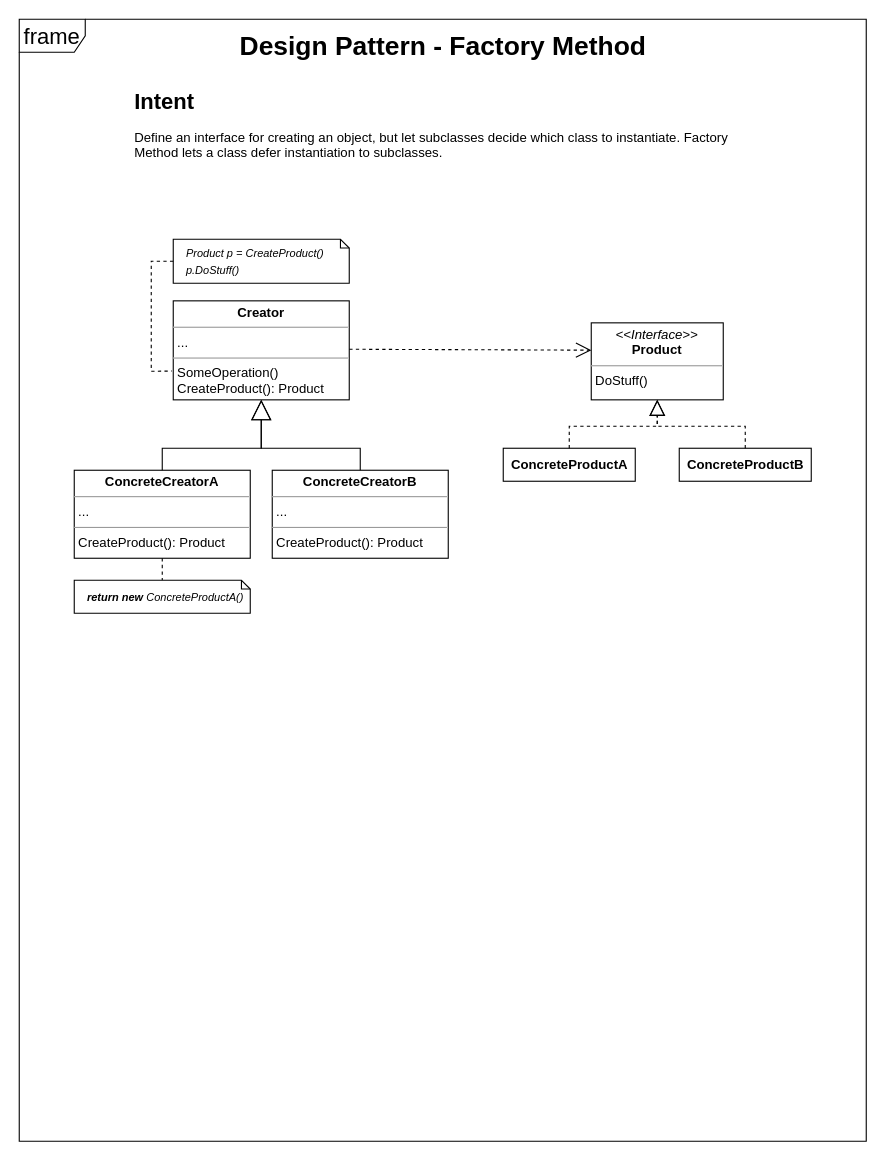
Earlier version of the draw.io diagram Creational/FactoryMethod/Diagram/Factory Method.drawio (DanielTerrazasD/DesignPatterns). Source tidied: cells renumbered, new cells numbered last; positions are measured from the earlier drawing's top-left corner, leaving out a move shared by most shapes. Both pictures are drawn from the tidied source at 110%, with x=0, y=0 at pixel (19, 19).
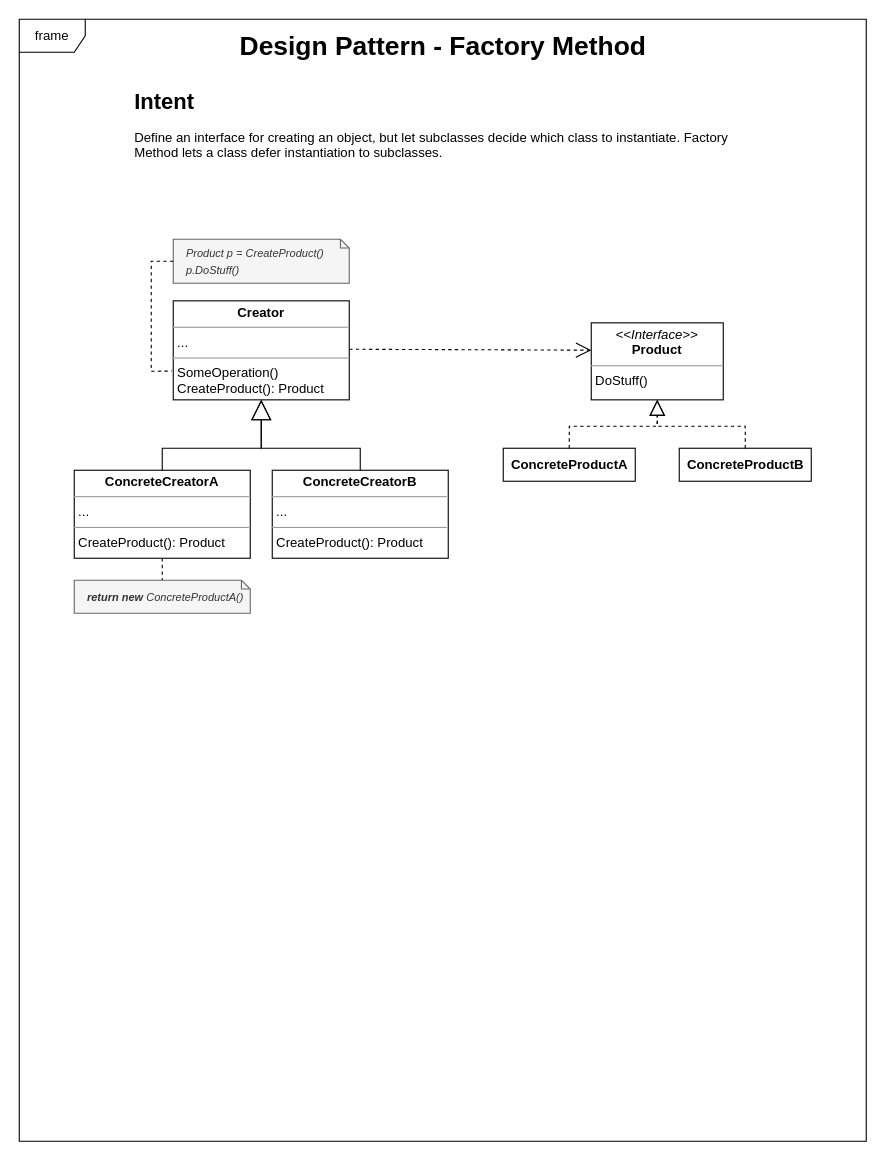
After the change.

Change to the diagram source:
```diff
@@
+    <mxCell id="19" value="frame" style="shape=umlFrame;whiteSpace=wrap;html=1;fontSize=12;" parent="1" vertex="1">
+      <mxGeometry width="770" height="1020" as="geometry" />
+    </mxCell>
@@
-    <mxCell id="15" value="&lt;font style=&quot;font-size: 10px;&quot;&gt;&lt;i&gt;&lt;b&gt;return new &lt;/b&gt;ConcreteProductA()&lt;/i&gt;&lt;/font&gt;" style="shape=note;size=8;align=left;spacingLeft=10;html=1;whiteSpace=wrap;" parent="1" vertex="1">
+    <mxCell id="15" value="&lt;font style=&quot;font-size: 10px;&quot;&gt;&lt;i&gt;&lt;b&gt;return new &lt;/b&gt;ConcreteProductA()&lt;/i&gt;&lt;/font&gt;" style="shape=note;size=8;align=left;spacingLeft=10;html=1;whiteSpace=wrap;fillColor=#f5f5f5;fontColor=#333333;strokeColor=#666666;" parent="1" vertex="1">
       <mxGeometry x="50" y="510" width="160" height="30" as="geometry" />
     </mxCell>
-    <mxCell id="16" value="&lt;font style=&quot;font-size: 10px;&quot;&gt;&lt;i&gt;Product p = CreateProduct()&lt;br&gt;p.DoStuff()&lt;/i&gt;&lt;/font&gt;" style="shape=note;size=8;align=left;spacingLeft=10;html=1;whiteSpace=wrap;" parent="1" vertex="1">
+    <mxCell id="16" value="&lt;font style=&quot;font-size: 10px;&quot;&gt;&lt;i&gt;Product p = CreateProduct()&lt;br&gt;p.DoStuff()&lt;/i&gt;&lt;/font&gt;" style="shape=note;size=8;align=left;spacingLeft=10;html=1;whiteSpace=wrap;fillColor=#f5f5f5;fontColor=#333333;strokeColor=#666666;" parent="1" vertex="1">
       <mxGeometry x="140" y="200" width="160" height="40" as="geometry" />
     </mxCell>
@@
-    <mxCell id="19" value="frame" style="shape=umlFrame;whiteSpace=wrap;html=1;fontSize=20;" parent="1" vertex="1">
-      <mxGeometry width="770" height="1020" as="geometry" />
-    </mxCell>
```
